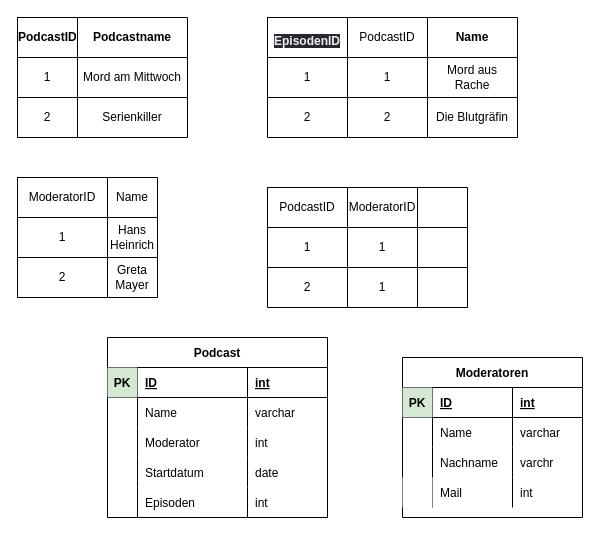
This is page "Page-1" (1 of 2) of 2023_2024/podcast/demo.drawio from Gymnasium-Lerchenfeld/Wp10_WebSites, a draw.io file, before an edit. Source tidied: cells renumbered, new cells numbered last; positions are measured from the earlier drawing's top-left corner, leaving out a move shared by most shapes. Both pictures are drawn from the tidied source at 100%, with x=0, y=0 at pixel (17, 17).
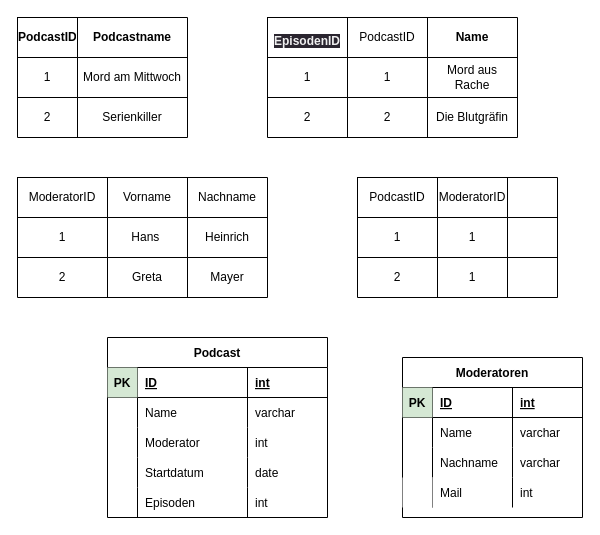
The same page after the edit.

Unchanged cells that the change refers to:
```xml
<mxCell id="78" style="shape=partialRectangle;fillColor=none;top=0;left=0;bottom=0;right=0;labelBackgroundColor=none;" parent="69" vertex="1">
  <mxGeometry y="90" width="180" height="30" as="geometry" />
</mxCell>
```

Diff of the diagram source:
```diff
@@
     <mxCell id="25" style="shape=table;startSize=0;childLayout=tableLayout;" parent="1" vertex="1">
-      <mxGeometry x="250" y="170" width="200" height="120" as="geometry" />
+      <mxGeometry x="340" y="160" width="200" height="120" as="geometry" />
     </mxCell>
@@
     <mxCell id="38" style="shape=table;startSize=0;childLayout=tableLayout;" parent="1" vertex="1">
-      <mxGeometry y="160" width="140" height="120" as="geometry" />
+      <mxGeometry y="160" width="250" height="120" as="geometry" />
     </mxCell>
     <mxCell id="39" style="shape=tableRow;horizontal=0;startSize=0;swimlaneHead=0;swimlaneBody=0;top=0;left=0;bottom=0;right=0;fillColor=none;" parent="38" vertex="1">
-      <mxGeometry width="140" height="40" as="geometry" />
+      <mxGeometry width="250" height="40" as="geometry" />
     </mxCell>
@@
-    <mxCell id="41" value="Name" style="shape=partialRectangle;html=1;whiteSpace=wrap;overflow=hidden;fillColor=none;top=0;left=0;bottom=0;right=0;" parent="39" vertex="1">
-      <mxGeometry x="90" width="50" height="40" as="geometry" />
+    <mxCell id="41" value="Vorname" style="shape=partialRectangle;html=1;whiteSpace=wrap;overflow=hidden;fillColor=none;top=0;left=0;bottom=0;right=0;" parent="39" vertex="1">
+      <mxGeometry x="90" width="80" height="40" as="geometry" />
     </mxCell>
+    <mxCell id="86" value="Nachname" style="shape=partialRectangle;html=1;whiteSpace=wrap;overflow=hidden;fillColor=none;top=0;left=0;bottom=0;right=0;" parent="39" vertex="1">
+      <mxGeometry x="170" width="80" height="40" as="geometry" />
+    </mxCell>
     <mxCell id="42" style="shape=tableRow;horizontal=0;startSize=0;swimlaneHead=0;swimlaneBody=0;top=0;left=0;bottom=0;right=0;fillColor=none;" parent="38" vertex="1">
-      <mxGeometry y="40" width="140" height="40" as="geometry" />
+      <mxGeometry y="40" width="250" height="40" as="geometry" />
     </mxCell>
@@
-    <mxCell id="44" value="Hans Heinrich" style="shape=partialRectangle;html=1;whiteSpace=wrap;overflow=hidden;fillColor=none;top=0;left=0;bottom=0;right=0;" parent="42" vertex="1">
-      <mxGeometry x="90" width="50" height="40" as="geometry" />
+    <mxCell id="44" value="Hans&amp;nbsp;" style="shape=partialRectangle;html=1;whiteSpace=wrap;overflow=hidden;fillColor=none;top=0;left=0;bottom=0;right=0;" parent="42" vertex="1">
+      <mxGeometry x="90" width="80" height="40" as="geometry" />
     </mxCell>
+    <mxCell id="87" value="Heinrich" style="shape=partialRectangle;html=1;whiteSpace=wrap;overflow=hidden;fillColor=none;top=0;left=0;bottom=0;right=0;" parent="42" vertex="1">
+      <mxGeometry x="170" width="80" height="40" as="geometry" />
+    </mxCell>
     <mxCell id="45" style="shape=tableRow;horizontal=0;startSize=0;swimlaneHead=0;swimlaneBody=0;top=0;left=0;bottom=0;right=0;fillColor=none;" parent="38" vertex="1">
-      <mxGeometry y="80" width="140" height="40" as="geometry" />
+      <mxGeometry y="80" width="250" height="40" as="geometry" />
     </mxCell>
@@
-    <mxCell id="47" value="Greta Mayer" style="shape=partialRectangle;html=1;whiteSpace=wrap;overflow=hidden;fillColor=none;top=0;left=0;bottom=0;right=0;" parent="45" vertex="1">
-      <mxGeometry x="90" width="50" height="40" as="geometry" />
+    <mxCell id="47" value="Greta" style="shape=partialRectangle;html=1;whiteSpace=wrap;overflow=hidden;fillColor=none;top=0;left=0;bottom=0;right=0;" parent="45" vertex="1">
+      <mxGeometry x="90" width="80" height="40" as="geometry" />
     </mxCell>
+    <mxCell id="88" value="Mayer" style="shape=partialRectangle;html=1;whiteSpace=wrap;overflow=hidden;fillColor=none;top=0;left=0;bottom=0;right=0;" parent="45" vertex="1">
+      <mxGeometry x="170" width="80" height="40" as="geometry" />
+    </mxCell>
@@
-    <mxCell id="81" value="varchr" style="shape=partialRectangle;fillColor=none;top=0;left=0;bottom=0;right=0;align=left;spacingLeft=6;overflow=hidden;labelBackgroundColor=none;" parent="78" vertex="1">
+    <mxCell id="81" value="varchar" style="shape=partialRectangle;fillColor=none;top=0;left=0;bottom=0;right=0;align=left;spacingLeft=6;overflow=hidden;labelBackgroundColor=none;" parent="78" vertex="1">
       <mxGeometry x="110" width="70" height="30" as="geometry" />
     </mxCell>
```
